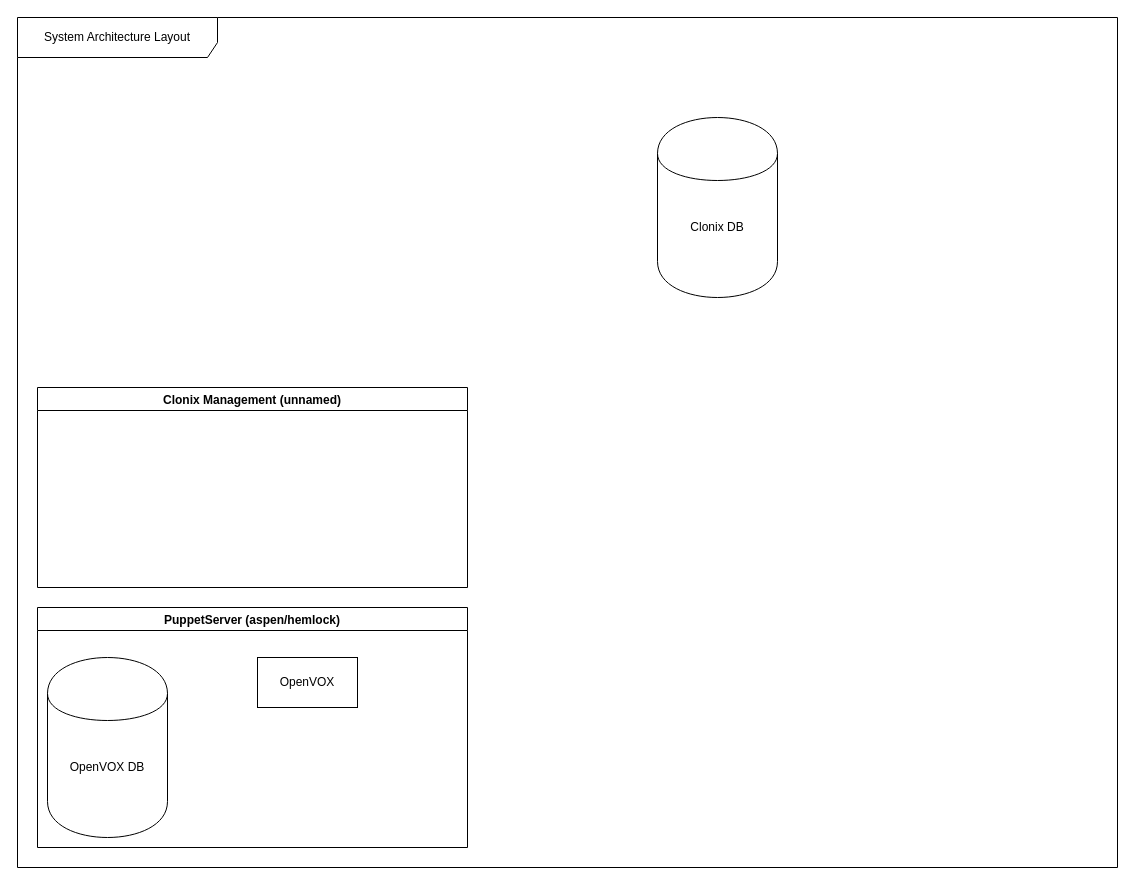
This is architecture_layout.drawio from Animus-Surge/clonix, a draw.io file, before an edit. Source tidied: cells renumbered, new cells numbered last; positions are measured from the earlier drawing's top-left corner, leaving out a move shared by most shapes. Both pictures are drawn from the tidied source at 100%, with x=0, y=0 at pixel (17, 17).
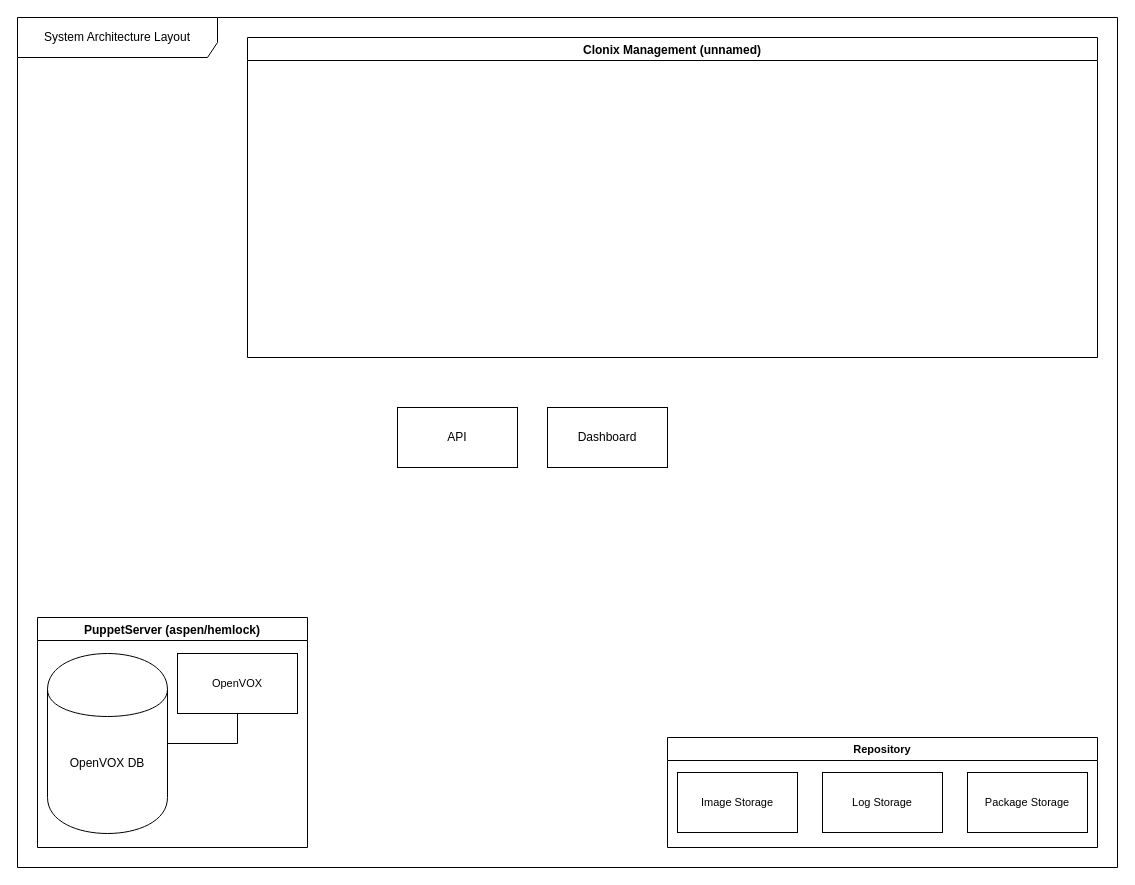
Above is the later version.

Commit message (it also covers changes not shown here):
Dashboard updates; work on architecture layout; readme text

The edit, as a diff of the source:
```diff
@@
 <mxGraphModel>
   <root>
     <mxCell id="0" />
     <mxCell id="1" parent="0" />
     <mxCell id="2" value="System Architecture Layout" style="shape=umlFrame;whiteSpace=wrap;html=1;width=200;height=40;" parent="1" vertex="1">
       <mxGeometry width="1100" height="850" as="geometry" />
     </mxCell>
-    <mxCell id="3" value="Clonix DB" style="shape=cylinder;whiteSpace=wrap;html=1;boundedLbl=1;backgroundOutline=1;" parent="1" vertex="1">
-      <mxGeometry x="640" y="100" width="120" height="180" as="geometry" />
-    </mxCell>
     <mxCell id="4" value="PuppetServer (aspen/hemlock)" style="swimlane;" parent="1" vertex="1">
-      <mxGeometry x="20" y="590" width="430" height="240" as="geometry" />
+      <mxGeometry x="20" y="600" width="270" height="230" as="geometry" />
     </mxCell>
+    <mxCell id="8" style="edgeStyle=orthogonalEdgeStyle;shape=connector;rounded=0;jettySize=auto;html=1;exitX=1;exitY=0.5;exitDx=0;exitDy=0;entryX=0.5;entryY=1;entryDx=0;entryDy=0;strokeColor=default;align=center;verticalAlign=middle;fontFamily=Helvetica;fontSize=11;fontColor=default;labelBackgroundColor=default;endArrow=none;endFill=0;" parent="4" edge="1" source="5" target="6">
+      <mxGeometry relative="1" as="geometry" />
+    </mxCell>
     <mxCell id="5" value="OpenVOX DB" style="shape=cylinder;whiteSpace=wrap;html=1;boundedLbl=1;backgroundOutline=1;" parent="4" vertex="1">
-      <mxGeometry x="10" y="50" width="120" height="180" as="geometry" />
+      <mxGeometry x="10" y="36" width="120" height="180" as="geometry" />
     </mxCell>
-    <mxCell id="6" value="OpenVOX" style="html=1;dashed=0;whiteSpace=wrap;" parent="4" vertex="1">
-      <mxGeometry x="220" y="50" width="100" height="50" as="geometry" />
+    <mxCell id="6" value="OpenVOX" style="rounded=0;whiteSpace=wrap;html=1;fontFamily=Helvetica;fontSize=11;fontColor=default;labelBackgroundColor=default;" parent="4" vertex="1">
+      <mxGeometry x="140" y="36" width="120" height="60" as="geometry" />
     </mxCell>
     <mxCell id="7" value="Clonix Management (unnamed)" style="swimlane;" parent="1" vertex="1">
-      <mxGeometry x="20" y="370" width="430" height="200" as="geometry" />
+      <mxGeometry x="230" y="20" width="850" height="320" as="geometry" />
     </mxCell>
+    <mxCell id="9" value="Repository" style="swimlane;whiteSpace=wrap;html=1;fontFamily=Helvetica;fontSize=11;fontColor=default;labelBackgroundColor=default;" parent="1" vertex="1">
+      <mxGeometry x="650" y="720" width="430" height="110" as="geometry" />
+    </mxCell>
+    <mxCell id="10" value="Image Storage" style="rounded=0;whiteSpace=wrap;html=1;fontFamily=Helvetica;fontSize=11;fontColor=default;labelBackgroundColor=default;" parent="9" vertex="1">
+      <mxGeometry x="10" y="35" width="120" height="60" as="geometry" />
+    </mxCell>
+    <mxCell id="11" value="Package Storage" style="rounded=0;whiteSpace=wrap;html=1;fontFamily=Helvetica;fontSize=11;fontColor=default;labelBackgroundColor=default;" parent="9" vertex="1">
+      <mxGeometry x="300" y="35" width="120" height="60" as="geometry" />
+    </mxCell>
+    <mxCell id="12" value="Log Storage" style="rounded=0;whiteSpace=wrap;html=1;fontFamily=Helvetica;fontSize=11;fontColor=default;labelBackgroundColor=default;" parent="9" vertex="1">
+      <mxGeometry x="155" y="35" width="120" height="60" as="geometry" />
+    </mxCell>
+    <mxCell id="13" value="Dashboard" style="rounded=0;whiteSpace=wrap;html=1;" parent="1" vertex="1">
+      <mxGeometry x="530" y="390" width="120" height="60" as="geometry" />
+    </mxCell>
+    <mxCell id="14" value="API" style="rounded=0;whiteSpace=wrap;html=1;" parent="1" vertex="1">
+      <mxGeometry x="380" y="390" width="120" height="60" as="geometry" />
+    </mxCell>
   </root>
 </mxGraphModel>
```
